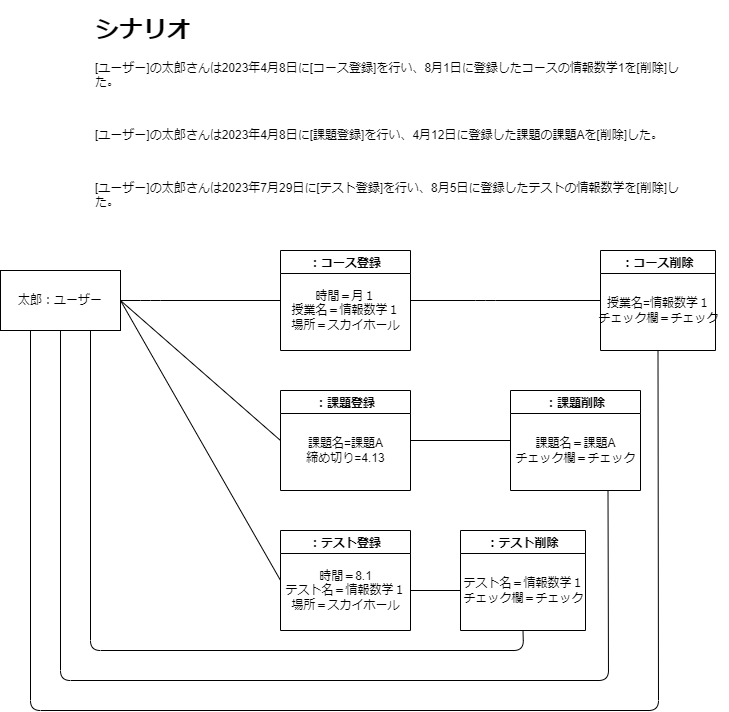
The draw.io diagram Object-1.drawio.png in Hu-Hanxu/First-App-Self-Management-, before a commit. Source tidied: cells renumbered, new cells last; positions are measured from the earlier drawing's top-left corner, leaving out a move shared by most shapes.
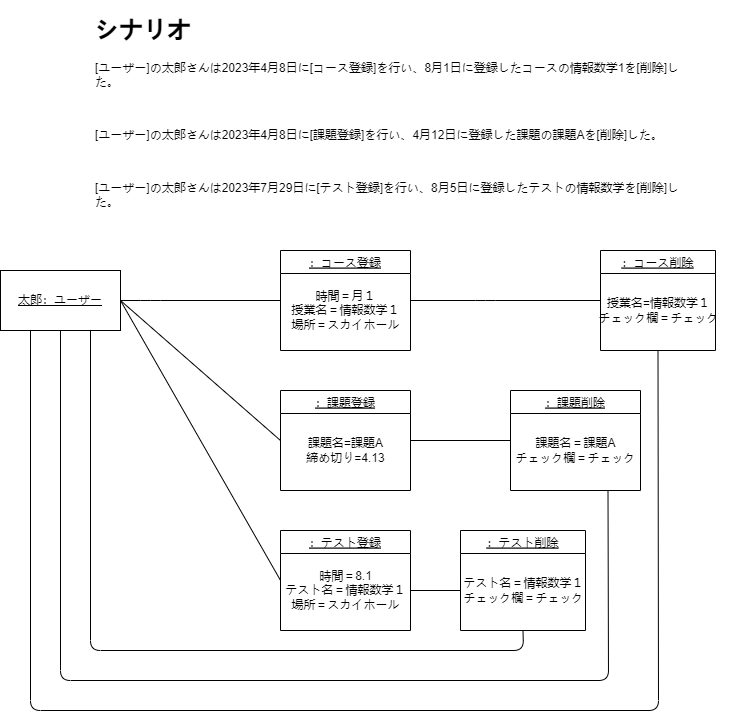
The same file after the commit.

Diff of the diagram source:
```diff
@@ -5,13 +5,13 @@
     <mxCell id="2" value="&lt;h1&gt;シナリオ&lt;/h1&gt;&lt;p&gt;[ユーザー]の太郎さんは2023年4月8日に[コース登録]を行い、8月1日に登録したコースの情報数学1を[削除]した。&lt;/p&gt;&lt;p&gt;&lt;br&gt;&lt;/p&gt;&lt;p&gt;[ユーザー]の太郎さんは2023年4月8日に[課題登録]を行い、4月12日に登録した課題の課題Aを[削除]した。&lt;br&gt;&lt;/p&gt;&lt;p&gt;&lt;br&gt;&lt;/p&gt;&lt;p&gt;[ユーザー]の太郎さんは2023年7月29日に[テスト登録]を行い、8月5日に登録したテストの情報数学を[削除]した。&lt;br&gt;&lt;/p&gt;" style="text;html=1;strokeColor=none;fillColor=none;spacing=5;spacingTop=-20;whiteSpace=wrap;overflow=hidden;rounded=0;" parent="1" vertex="1">
       <mxGeometry x="90" width="610" height="200" as="geometry" />
     </mxCell>
-    <mxCell id="3" value="：課題登録" style="swimlane;startSize=23;" parent="1" vertex="1">
+    <mxCell id="3" value="：課題登録" style="swimlane;startSize=23;fontStyle=4;" parent="1" vertex="1">
       <mxGeometry x="280" y="380" width="130" height="100" as="geometry" />
     </mxCell>
     <mxCell id="4" value="課題名=課題A&lt;br&gt;締め切り=4.13" style="text;html=1;align=center;verticalAlign=middle;strokeColor=none;fillColor=none;" parent="3" vertex="1">
       <mxGeometry x="15" y="40" width="100" height="40" as="geometry" />
     </mxCell>
-    <mxCell id="5" value="：コース登録" style="swimlane;startSize=23;" parent="1" vertex="1">
+    <mxCell id="5" value="：コース登録" style="swimlane;startSize=23;fontStyle=4;" parent="1" vertex="1">
       <mxGeometry x="280" y="240" width="130" height="100" as="geometry" />
     </mxCell>
     <mxCell id="6" value="時間＝月１&lt;br&gt;授業名＝情報数学１&lt;br&gt;場所＝スカイホール" style="text;html=1;align=center;verticalAlign=middle;strokeColor=none;fillColor=none;" parent="5" vertex="1">
@@ -24,7 +24,7 @@
         </Array>
       </mxGeometry>
     </mxCell>
-    <mxCell id="8" value="：コース削除" style="swimlane;startSize=23;" parent="1" vertex="1">
+    <mxCell id="8" value="：コース削除" style="swimlane;startSize=23;fontStyle=4;" parent="1" vertex="1">
       <mxGeometry x="600" y="240" width="115" height="100" as="geometry" />
     </mxCell>
     <mxCell id="9" value="授業名=情報数学１&lt;br&gt;チェック欄＝チェック" style="text;html=1;align=center;verticalAlign=middle;strokeColor=none;fillColor=none;" parent="8" vertex="1">
@@ -37,22 +37,22 @@
         </Array>
       </mxGeometry>
     </mxCell>
-    <mxCell id="11" value="太郎：ユーザー" style="rounded=0;whiteSpace=wrap;html=1;" parent="1" vertex="1">
+    <mxCell id="11" value="&lt;u&gt;太郎：ユーザー&lt;/u&gt;" style="rounded=0;whiteSpace=wrap;html=1;" parent="1" vertex="1">
       <mxGeometry y="260" width="120" height="60" as="geometry" />
     </mxCell>
-    <mxCell id="12" value="：テスト登録" style="swimlane;startSize=23;" parent="1" vertex="1">
+    <mxCell id="12" value="：テスト登録" style="swimlane;startSize=23;fontStyle=4;" parent="1" vertex="1">
       <mxGeometry x="280" y="520" width="130" height="100" as="geometry" />
     </mxCell>
     <mxCell id="13" value="時間＝8.1&lt;br&gt;テスト名＝情報数学１&lt;br&gt;場所＝スカイホール" style="text;html=1;align=center;verticalAlign=middle;points=[];strokeColor=none;fillColor=none;" parent="12" vertex="1">
       <mxGeometry x="-5" y="30" width="140" height="60" as="geometry" />
     </mxCell>
-    <mxCell id="14" value="：課題削除" style="swimlane;startSize=23;" parent="1" vertex="1">
+    <mxCell id="14" value="：課題削除" style="swimlane;startSize=23;fontStyle=4;" parent="1" vertex="1">
       <mxGeometry x="510" y="380" width="130" height="100" as="geometry" />
     </mxCell>
     <mxCell id="15" value="課題名＝課題A&lt;br&gt;チェック欄＝チェック" style="text;html=1;align=center;verticalAlign=middle;strokeColor=none;fillColor=none;" parent="14" vertex="1">
       <mxGeometry x="-5" y="40" width="140" height="40" as="geometry" />
     </mxCell>
-    <mxCell id="16" value="：テスト削除" style="swimlane;startSize=23;" parent="1" vertex="1">
+    <mxCell id="16" value="：テスト削除" style="swimlane;startSize=23;fontStyle=4;" parent="1" vertex="1">
       <mxGeometry x="460" y="520" width="125" height="100" as="geometry" />
     </mxCell>
     <mxCell id="17" value="テスト名＝情報数学１&lt;br&gt;チェック欄＝チェック" style="text;html=1;align=center;verticalAlign=middle;strokeColor=none;fillColor=none;" parent="16" vertex="1">
```
